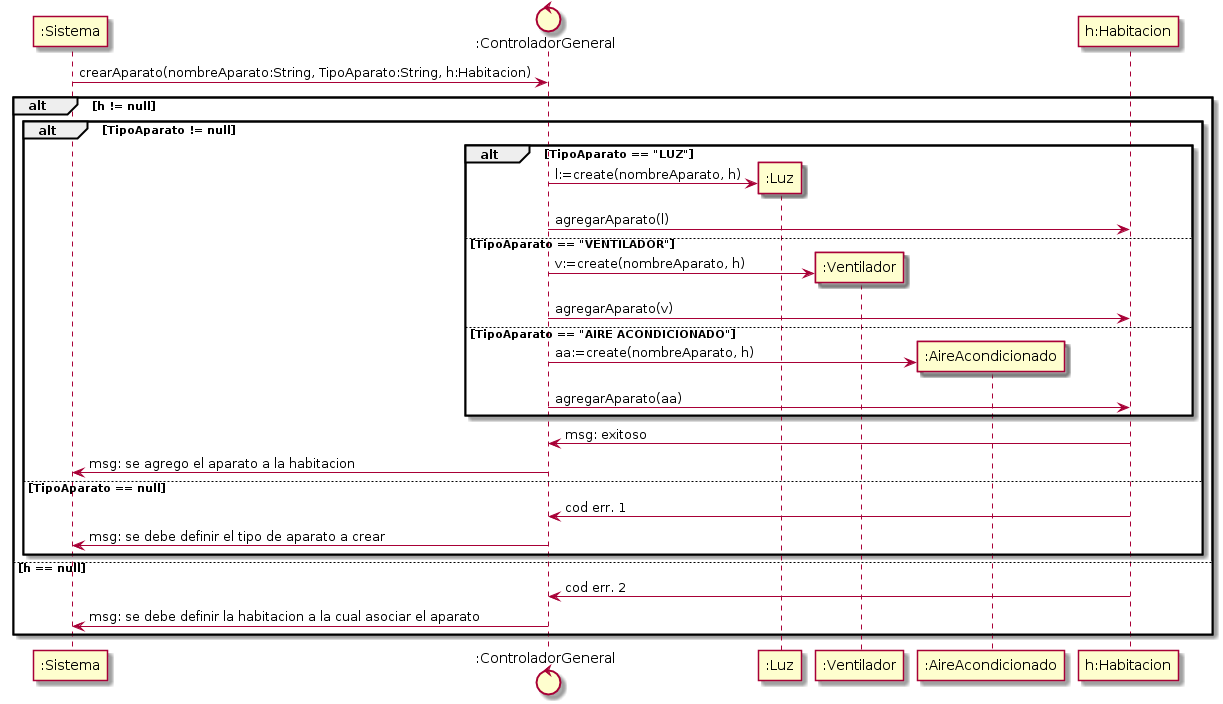
ulisescolina/UC-POOII keeps this PlantUML diagram as Integrador/PCHouse/UMLDoc/Diagrama Secuencia Diseño/diagrama_secuencia_diseño_-_crearAparato_-_v0-1.png. Above is the earlier version.
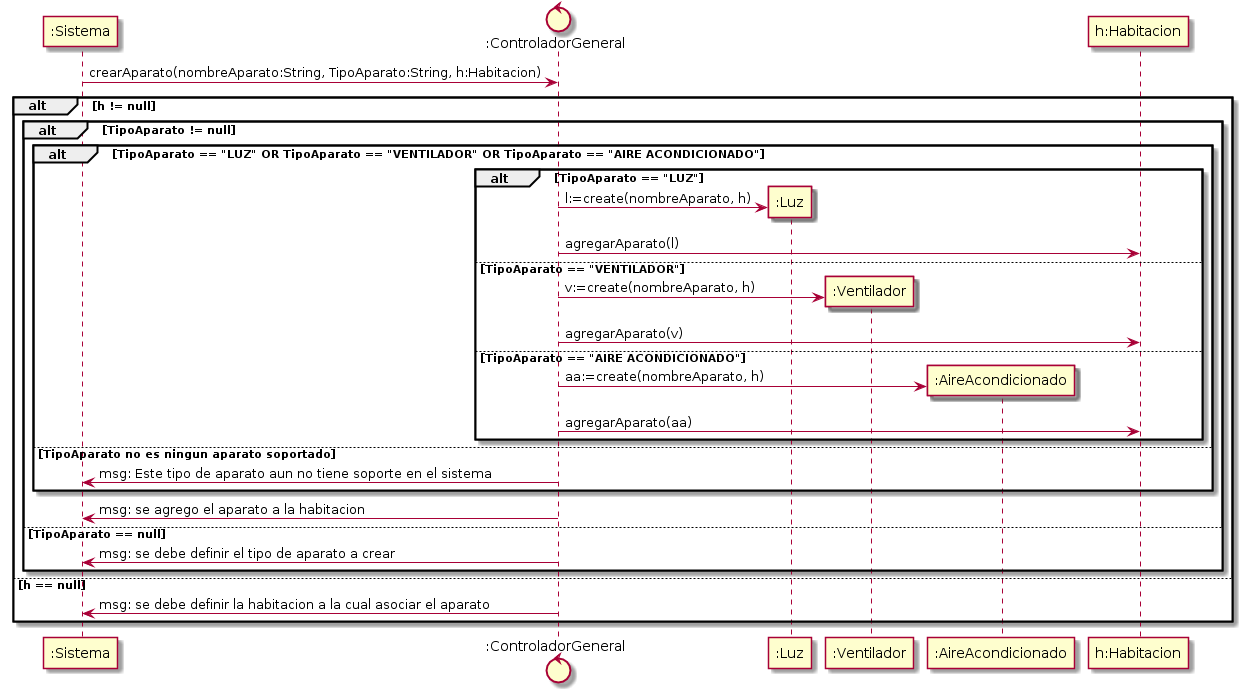
Later version of the same file.

Commit message:
UML: corrijo diagrama de clases, corrijo DSDs

The edit, as a diff of the source:
```diff
@@ -11,6 +11,7 @@
 S -> CG: crearAparato(nombreAparato:String, TipoAparato:String, h:Habitacion)
 alt h != null
 alt TipoAparato != null
+alt TipoAparato == "LUZ" OR TipoAparato == "VENTILADOR" OR TipoAparato == "AIRE ACONDICIONADO"
 alt TipoAparato == "LUZ"
   create L
   CG -> L: l:=create(nombreAparato, h)
@@ -24,14 +25,14 @@
   CG -> AA: aa:=create(nombreAparato, h)
   CG -> H: agregarAparato(aa)
 end
-H -> CG: msg: exitoso
+else TipoAparato no es ningun aparato soportado
+CG -> S: msg: Este tipo de aparato aun no tiene soporte en el sistema
+end
 CG -> S: msg: se agrego el aparato a la habitacion
 else TipoAparato == null
-H -> CG: cod err. 1
 CG -> S: msg: se debe definir el tipo de aparato a crear
 end
 else h == null
-H -> CG: cod err. 2
 CG -> S: msg: se debe definir la habitacion a la cual asociar el aparato
 end
 @enduml
```
